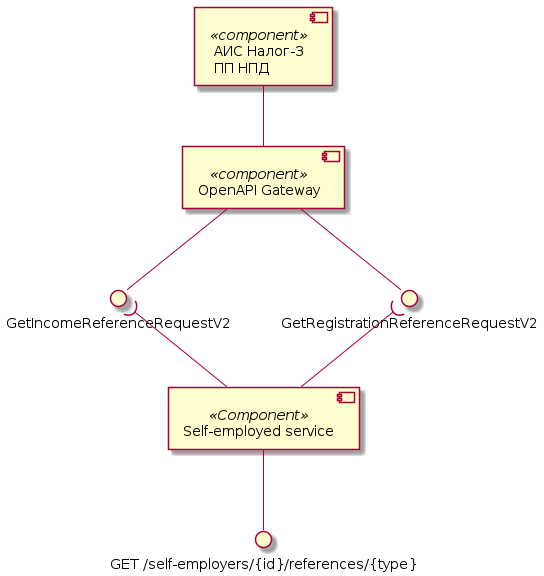
Before: assets/images/diagrams/self-employed-service/components/references-components.png, a diagram exported from PlantUML (RaikBitters/ibank-internal-services).
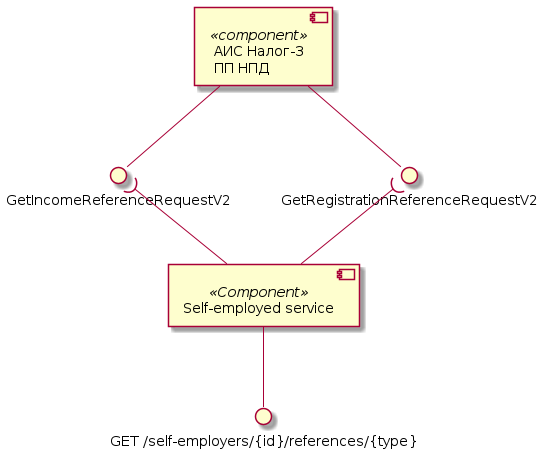
The same file after the commit.

The edit, as a diff of the source:
```diff
@@ -1,13 +1,11 @@
 @startuml references-components
 
 component "АИС Налог-3\nПП НПД" as Tax3 <<component>>
-component "OpenAPI Gateway" as OpenAPI <<component>>
 interface "GetRegistrationReferenceRequestV2" as GetRegistrationReference
 interface "GetIncomeReferenceRequestV2" as GetIncomeReference
 
-Tax3 -- OpenAPI
-OpenAPI --() GetRegistrationReference
-OpenAPI --() GetIncomeReference
+Tax3 --() GetRegistrationReference
+Tax3 --() GetIncomeReference
 
 component "Self-employed service" as SelfEmplService <<Component>>
 interface "GET /self-employers/{id}/references/{type}" as getReference
```
